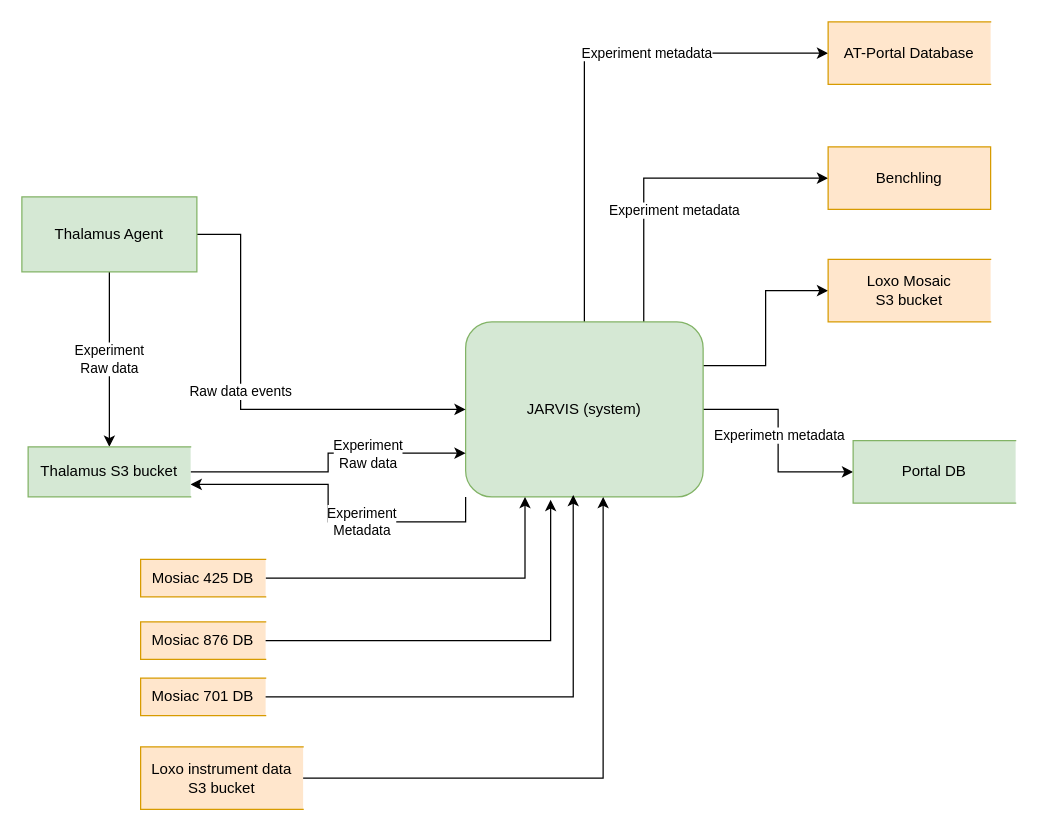
The draw.io diagram Jarvis Context Diagram.drawio in roushanatlcci/testRepo, before the edit. Source tidied: cells renumbered, new cells numbered last; positions are measured from the earlier drawing's top-left corner, leaving out a move shared by most shapes. Both pictures are drawn from the tidied source at 125%, with x=0, y=0 at pixel (21, 21).
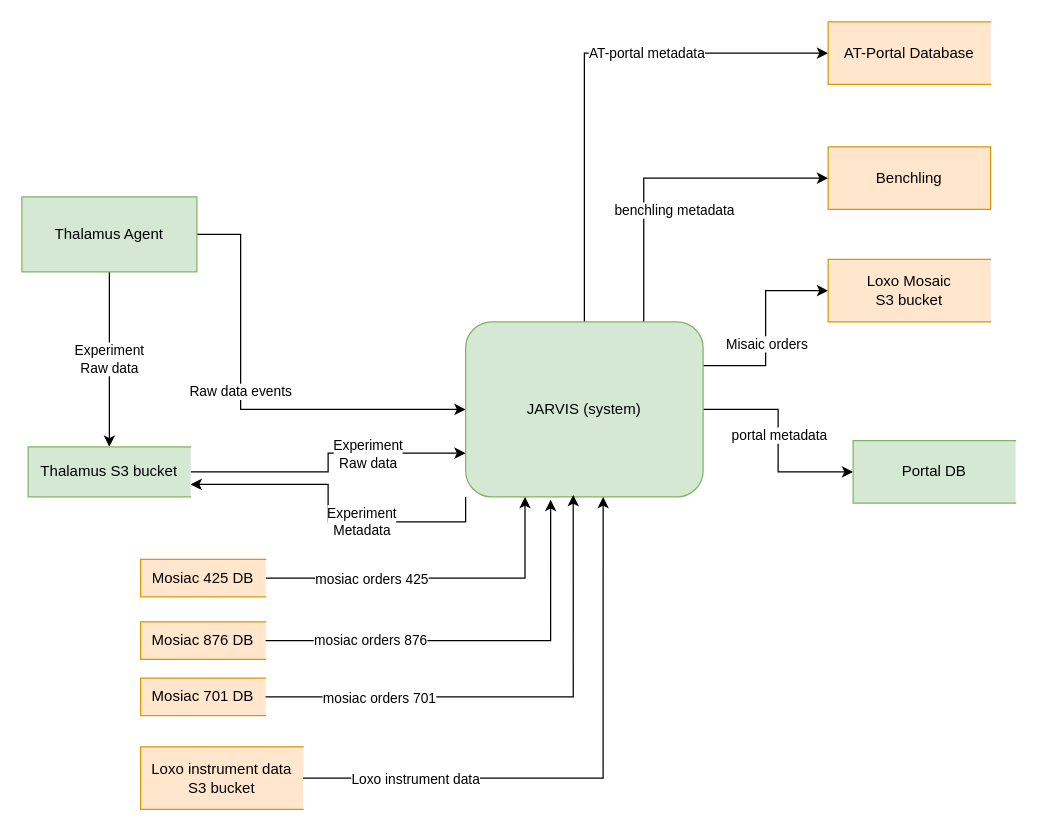
Above is the later version.

The change refers to these unchanged cells:
```xml
<mxCell id="2" style="edgeStyle=orthogonalEdgeStyle;rounded=0;jettySize=auto;html=1;exitX=0.5;exitY=0;exitDx=0;exitDy=0;entryX=0;entryY=0.5;entryDx=0;entryDy=0;" parent="1" edge="1" source="11" target="17">
  <mxGeometry relative="1" as="geometry" />
</mxCell>
<mxCell id="4" style="edgeStyle=orthogonalEdgeStyle;rounded=0;jettySize=auto;html=1;exitX=0.75;exitY=0;exitDx=0;exitDy=0;entryX=0;entryY=0.5;entryDx=0;entryDy=0;" parent="1" edge="1" source="11" target="18">
  <mxGeometry relative="1" as="geometry" />
</mxCell>
<mxCell id="6" style="edgeStyle=orthogonalEdgeStyle;rounded=0;jettySize=auto;html=1;exitX=1;exitY=0.25;exitDx=0;exitDy=0;" parent="1" edge="1" source="11" target="19">
  <mxGeometry relative="1" as="geometry" />
</mxCell>
<mxCell id="7" style="edgeStyle=orthogonalEdgeStyle;rounded=0;jettySize=auto;html=1;entryX=0;entryY=0.5;entryDx=0;entryDy=0;" parent="1" edge="1" source="11" target="28">
  <mxGeometry relative="1" as="geometry" />
</mxCell>
<mxCell id="20" style="edgeStyle=orthogonalEdgeStyle;rounded=0;jettySize=auto;html=1;entryX=0.25;entryY=1;entryDx=0;entryDy=0;" parent="1" edge="1" source="21" target="11">
  <mxGeometry relative="1" as="geometry" />
</mxCell>
<mxCell id="24" style="edgeStyle=orthogonalEdgeStyle;rounded=0;jettySize=auto;html=1;exitX=1;exitY=0.5;exitDx=0;exitDy=0;entryX=0.358;entryY=1.017;entryDx=0;entryDy=0;entryPerimeter=0;" parent="1" edge="1" source="22" target="11">
  <mxGeometry relative="1" as="geometry" />
</mxCell>
<mxCell id="25" style="edgeStyle=orthogonalEdgeStyle;rounded=0;jettySize=auto;html=1;exitX=1;exitY=0.5;exitDx=0;exitDy=0;entryX=0.453;entryY=0.989;entryDx=0;entryDy=0;entryPerimeter=0;" parent="1" edge="1" source="23" target="11">
  <mxGeometry relative="1" as="geometry" />
</mxCell>
<mxCell id="27" style="edgeStyle=orthogonalEdgeStyle;rounded=0;jettySize=auto;html=1;entryX=0.579;entryY=1;entryDx=0;entryDy=0;entryPerimeter=0;" parent="1" edge="1" source="26" target="11">
  <mxGeometry relative="1" as="geometry">
    <Array as="points">
      <mxPoint x="465" y="605" />
    </Array>
  </mxGeometry>
</mxCell>
```

The edit, as a diff of the source:
```diff
@@
-    <mxCell id="3" value="Experiment metadata" style="edgeLabel;html=1;align=center;verticalAlign=middle;" parent="2" vertex="1">
+    <mxCell id="3" value="AT-portal metadata" style="edgeLabel;html=1;align=center;verticalAlign=middle;" parent="2" vertex="1">
       <mxGeometry x="0.29" y="1" relative="1" as="geometry" />
     </mxCell>
@@
-    <mxCell id="5" value="Experiment metadata" style="edgeLabel;html=1;align=center;verticalAlign=middle;" parent="4" vertex="1">
+    <mxCell id="5" value="benchling metadata" style="edgeLabel;html=1;align=center;verticalAlign=middle;" parent="4" vertex="1">
       <mxGeometry x="0.05" relative="1" as="geometry">
         <mxPoint x="1" y="25" as="offset" />
       </mxGeometry>
     </mxCell>
@@
+    <mxCell id="32" value="Misaic orders" style="edgeLabel;html=1;align=center;verticalAlign=middle;" parent="6" vertex="1">
+      <mxGeometry x="-0.15" relative="1" as="geometry" />
+    </mxCell>
@@
-    <mxCell id="8" value="Experimetn metadata" style="edgeLabel;html=1;align=center;verticalAlign=middle;" parent="7" vertex="1">
+    <mxCell id="8" value="portal metadata" style="edgeLabel;html=1;align=center;verticalAlign=middle;" parent="7" vertex="1">
       <mxGeometry x="-0.33" y="-2" relative="1" as="geometry">
         <mxPoint x="3" y="18" as="offset" />
       </mxGeometry>
     </mxCell>
@@
+    <mxCell id="33" value="mosiac orders 425" style="edgeLabel;html=1;align=center;verticalAlign=middle;" parent="20" vertex="1">
+      <mxGeometry x="-0.38" relative="1" as="geometry" />
+    </mxCell>
@@
+    <mxCell id="34" value="mosiac orders 876" style="edgeLabel;html=1;align=center;verticalAlign=middle;" parent="24" vertex="1">
+      <mxGeometry x="-0.51" y="1" relative="1" as="geometry" />
+    </mxCell>
@@
+    <mxCell id="35" value="mosiac orders 701" style="edgeLabel;html=1;align=center;verticalAlign=middle;" parent="25" vertex="1">
+      <mxGeometry x="-0.56" relative="1" as="geometry" />
+    </mxCell>
@@
+    <mxCell id="36" value="Loxo instrument data" style="edgeLabel;html=1;align=center;verticalAlign=middle;" parent="27" vertex="1">
+      <mxGeometry x="-0.74" y="1" relative="1" as="geometry">
+        <mxPoint x="29" y="1" as="offset" />
+      </mxGeometry>
+    </mxCell>
```
